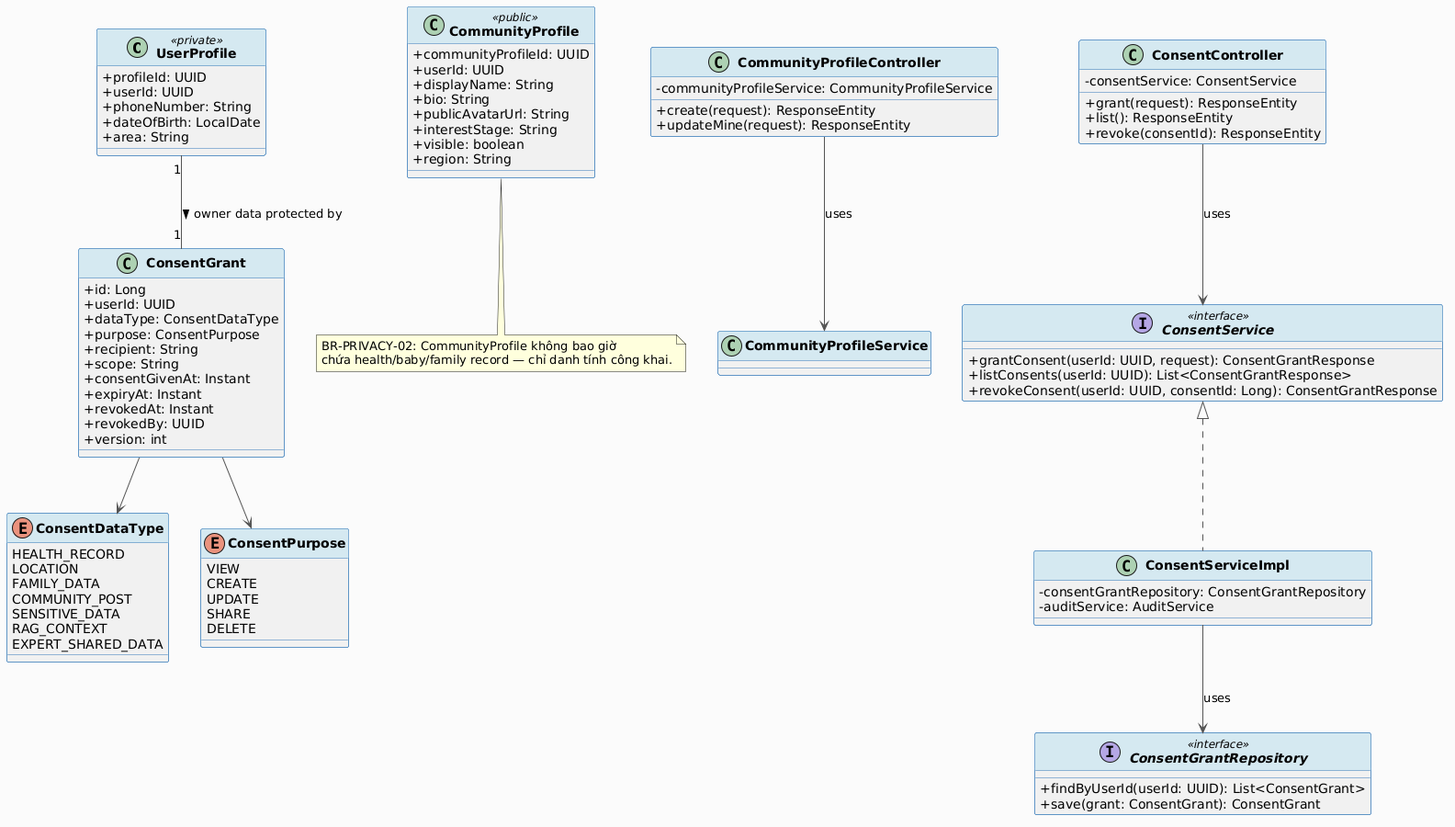
Earlier version of the PlantUML export docs/Detailed_Design/MF01_Account_Trust_AccesControl/images/02_Community_Identity_Privacy_Consent_Sharing_ClassDiagram.png (ChuongBDHE172784/CareBridge_SEP490_G79).
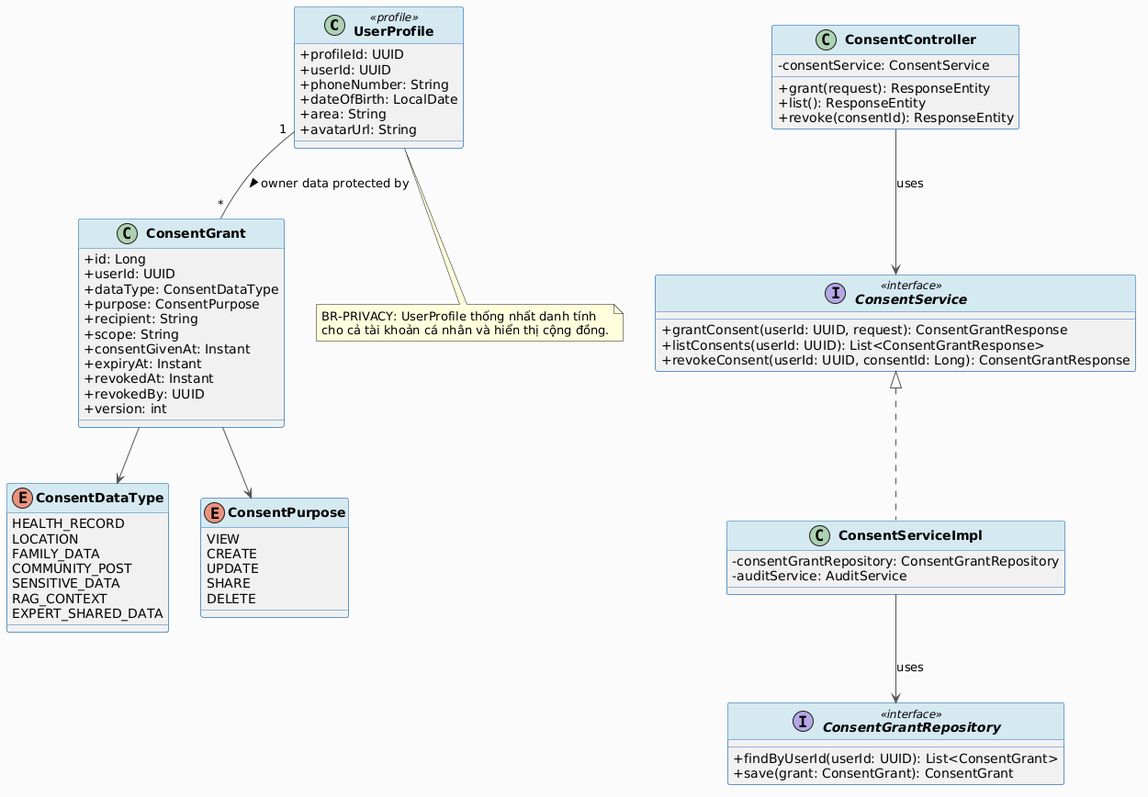
After the commit.

Commit message:
docs(mf01): update community identity spec and PlantUML diagrams for UserProfile unification

The edit, as a diff of the source:
```diff
@@ -1,4 +1,4 @@
-@startuml
+@startuml MF01_02_ConsentIdentity_ClassDiagram
 skinparam classAttributeIconSize 0
 skinparam classFontStyle bold
 skinparam backgroundColor #FAFAFA
@@ -6,23 +6,13 @@
 skinparam ClassBorderColor #2E75B6
 skinparam ClassHeaderBackgroundColor #D5E8F0
 
-class UserProfile <<private>> {
+class UserProfile <<profile>> {
   + profileId: UUID
   + userId: UUID
   + phoneNumber: String
   + dateOfBirth: LocalDate
   + area: String
-}
-
-class CommunityProfile <<public>> {
-  + communityProfileId: UUID
-  + userId: UUID
-  + displayName: String
-  + bio: String
-  + publicAvatarUrl: String
-  + interestStage: String
-  + visible: boolean
-  + region: String
+  + avatarUrl: String
 }
 
 class ConsentGrant {
@@ -57,12 +47,6 @@
   DELETE
 }
 
-class CommunityProfileController {
-  - communityProfileService: CommunityProfileService
-  + create(request): ResponseEntity
-  + updateMine(request): ResponseEntity
-}
-
 class ConsentController {
   - consentService: ConsentService
   + grant(request): ResponseEntity
@@ -86,15 +70,15 @@
   + save(grant: ConsentGrant): ConsentGrant
 }
 
-UserProfile "1" -- "1" ConsentGrant : owner data protected by >
+UserProfile "1" -- "*" ConsentGrant : owner data protected by >
 ConsentGrant --> ConsentDataType
 ConsentGrant --> ConsentPurpose
 ConsentController --> ConsentService : uses
 ConsentServiceImpl --> ConsentGrantRepository : uses
-CommunityProfileController --> CommunityProfileService : uses
 
-note bottom of CommunityProfile
-  BR-PRIVACY-02: CommunityProfile không bao giờ
-  chứa health/baby/family record — chỉ danh tính công khai.
+note bottom of UserProfile
+  BR-PRIVACY: UserProfile thống nhất danh tính
+  cho cả tài khoản cá nhân và hiển thị cộng đồng.
 end note
+
 @enduml
```
